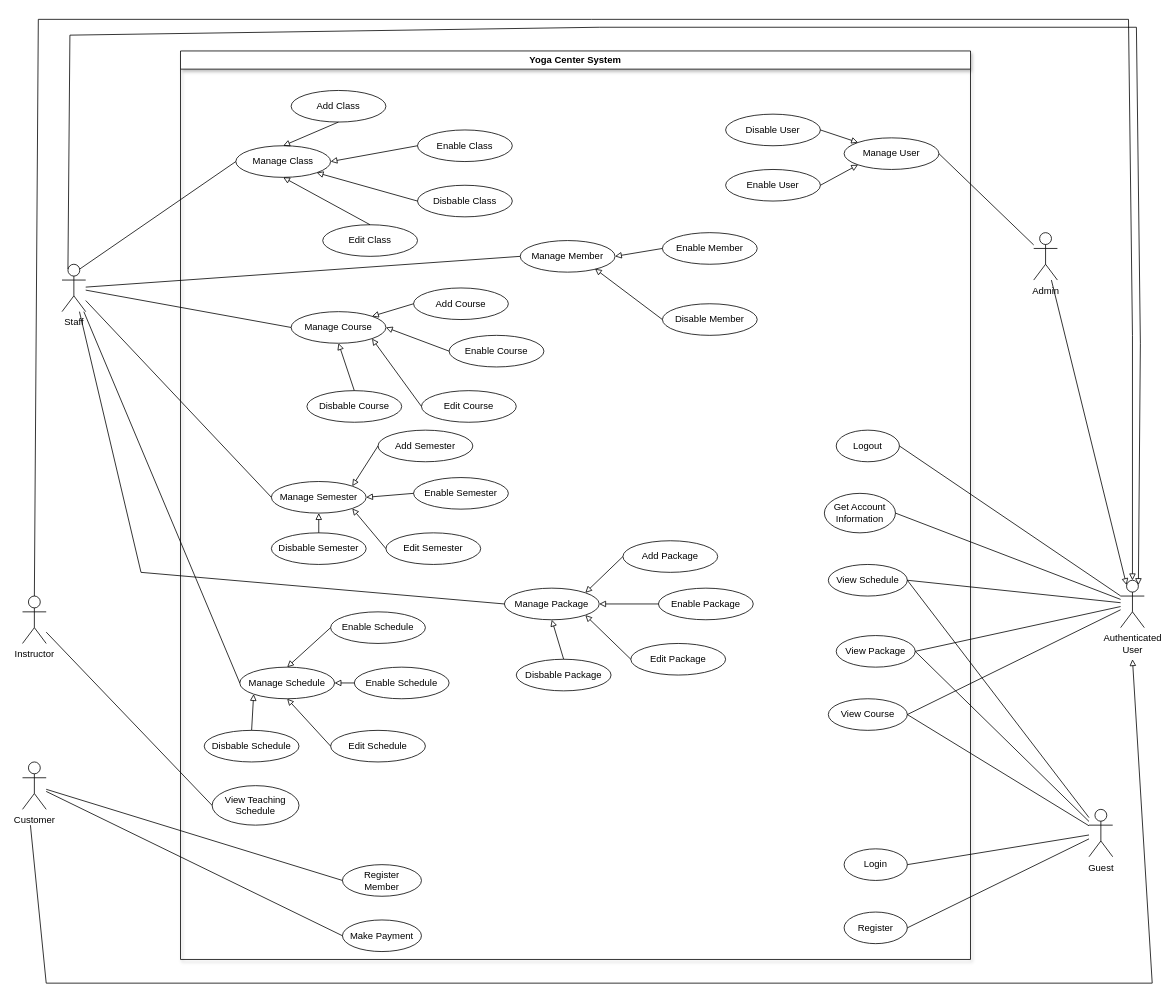
minhng-178/web-starter-projects keeps this draw.io diagram as page "SWR1" (4 of 5) of Untitled Diagram.drawio. Above is the earlier version. Source tidied: cells renumbered, new cells numbered last; positions are measured from the earlier drawing's top-left corner, leaving out a move shared by most shapes. Both pictures are drawn from the tidied source at 79%, with x=0, y=0 at pixel (22, 19).
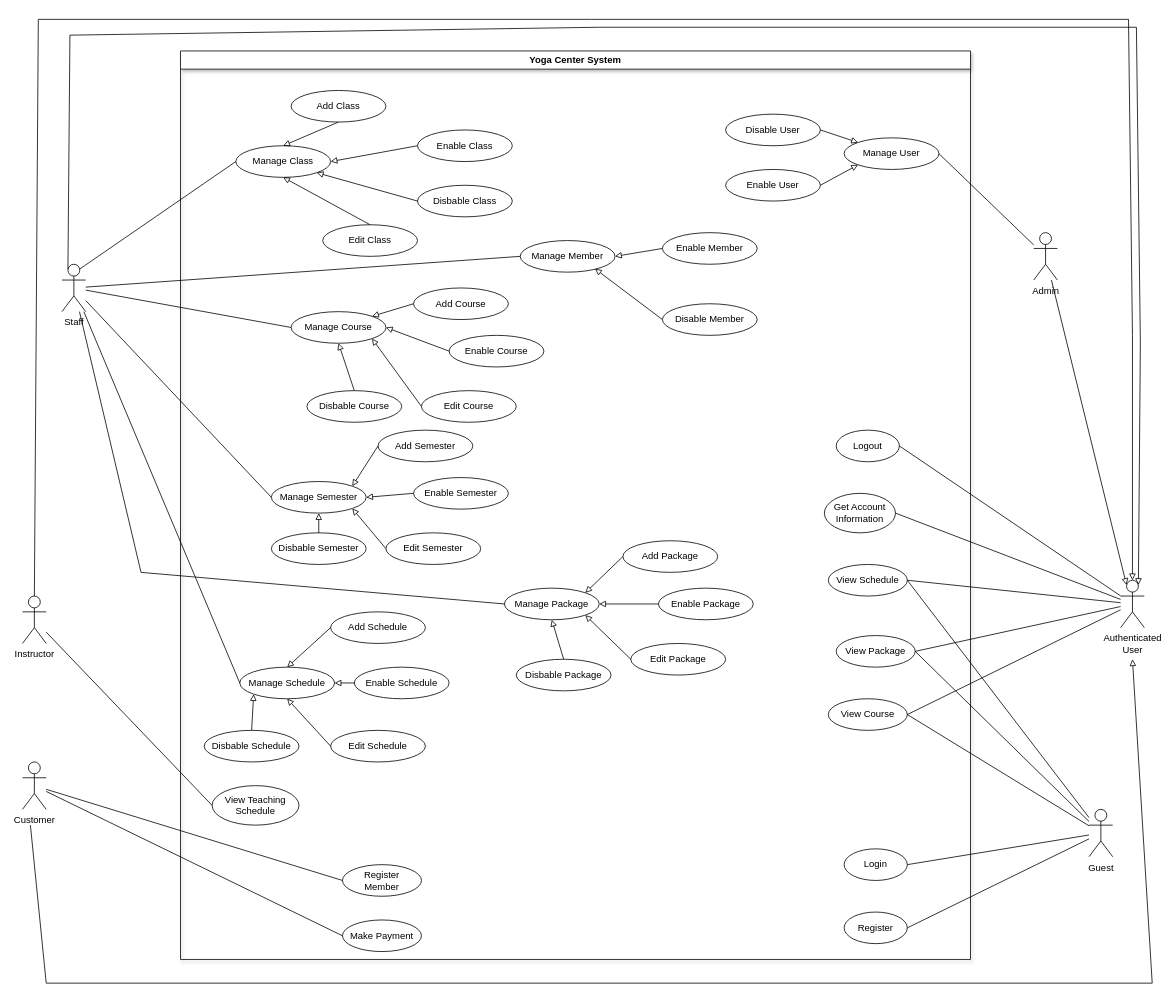
The same page after the edit.

Commit message:
Cập nhật Untitled Diagram.drawio

Unchanged cells that the change refers to:
```xml
<mxCell id="2" value="Yoga Center System" style="swimlane;whiteSpace=wrap;html=1;shadow=1;fontStyle=1;" parent="1" vertex="1">
  <mxGeometry x="200" y="40" width="1000" height="1150" as="geometry" />
</mxCell>
```

The edit, as a diff of the source:
```diff
@@
-    <mxCell id="66" value="Enable Schedule" style="ellipse;whiteSpace=wrap;html=1;" parent="2" vertex="1">
+    <mxCell id="66" value="Add Schedule" style="ellipse;whiteSpace=wrap;html=1;" parent="2" vertex="1">
       <mxGeometry x="190" y="710" width="120" height="40" as="geometry" />
     </mxCell>
```
